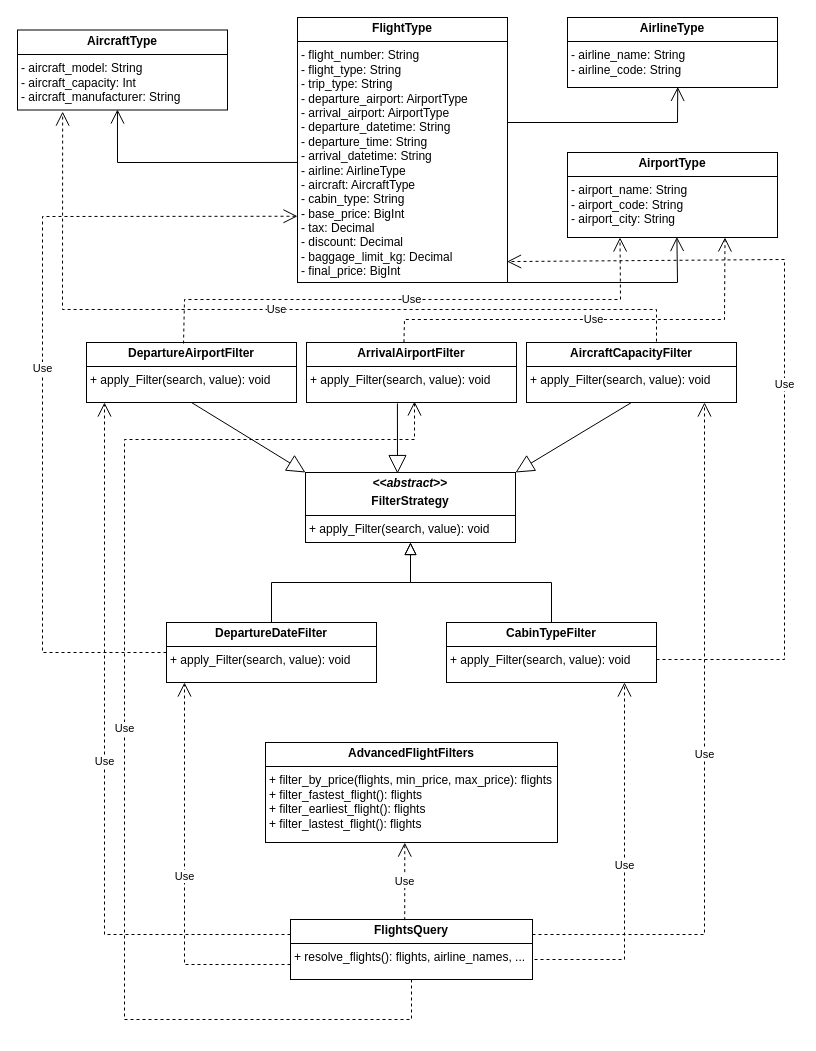
Earlier version of the draw.io diagram Class-Diagram/FlightsFilter-Class-Diagram.drawio (Travel-Booking-Framework/FlightsFilter). Source tidied: cells renumbered, new cells numbered last; positions are measured from the earlier drawing's top-left corner, leaving out a move shared by most shapes. Both pictures are drawn from the tidied source at 100%, with x=0, y=0 at pixel (17, 17).
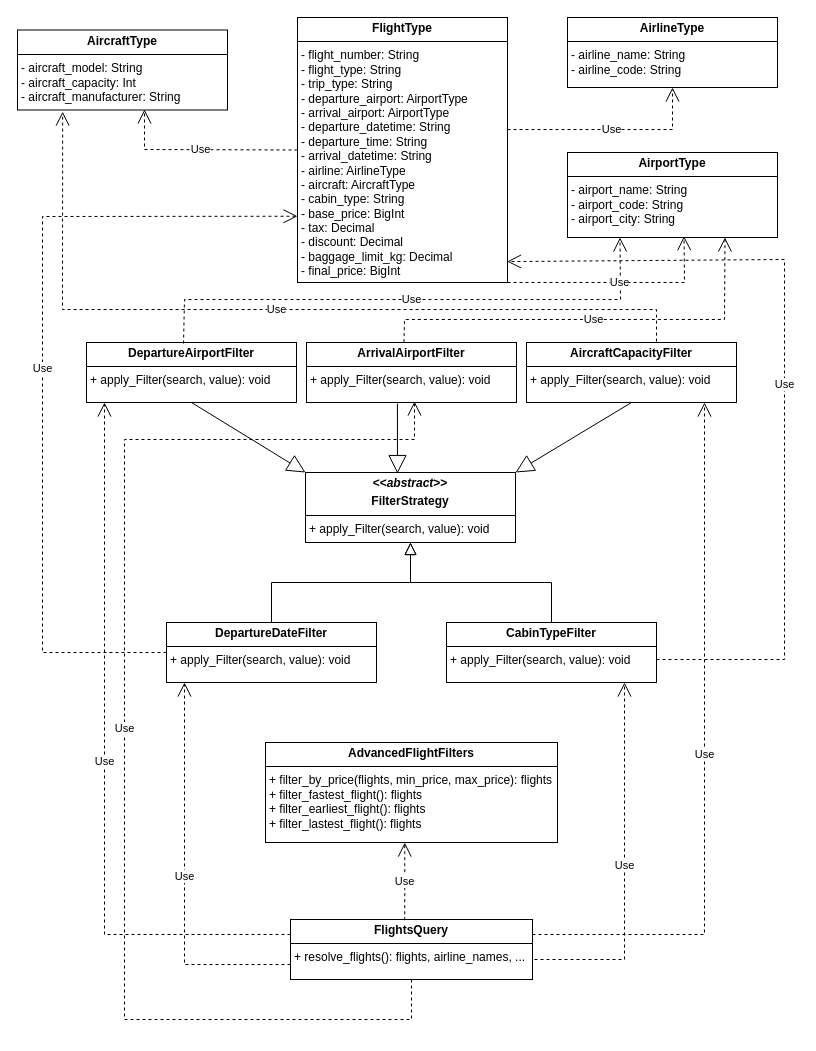
The same diagram, later.

Commit message (it also covers changes not shown here):
Modify Class Diagram

The change refers to these unchanged cells:
```xml
<mxCell id="2" value="&lt;p style=&quot;margin:0px;margin-top:4px;text-align:center;&quot;&gt;&lt;b&gt;AircraftType&lt;/b&gt;&lt;/p&gt;&lt;hr size=&quot;1&quot; style=&quot;border-style:solid;&quot;&gt;&lt;p style=&quot;margin:0px;margin-left:4px;&quot;&gt;- aircraft_&lt;span style=&quot;background-color: initial;&quot;&gt;model: String&lt;/span&gt;&lt;/p&gt;&lt;p style=&quot;margin:0px;margin-left:4px;&quot;&gt;&lt;span style=&quot;background-color: initial;&quot;&gt;-&amp;nbsp;&lt;/span&gt;&lt;span style=&quot;background-color: initial;&quot;&gt;aircraft_capacity: Int&lt;/span&gt;&lt;/p&gt;&lt;p style=&quot;margin:0px;margin-left:4px;&quot;&gt;&lt;span style=&quot;background-color: initial;&quot;&gt;-&amp;nbsp;&lt;/span&gt;&lt;span style=&quot;background-color: initial;&quot;&gt;aircraft_manufacturer: String&lt;/span&gt;&lt;/p&gt;" style="verticalAlign=top;align=left;overflow=fill;html=1;whiteSpace=wrap;" parent="1" vertex="1">
  <mxGeometry y="12.5" width="210" height="80" as="geometry" />
</mxCell>
<mxCell id="3" value="&lt;p style=&quot;margin:0px;margin-top:4px;text-align:center;&quot;&gt;&lt;b&gt;AirlineType&lt;/b&gt;&lt;/p&gt;&lt;hr size=&quot;1&quot; style=&quot;border-style:solid;&quot;&gt;&lt;p style=&quot;margin:0px;margin-left:4px;&quot;&gt;- airline_name: String&lt;/p&gt;&lt;p style=&quot;margin:0px;margin-left:4px;&quot;&gt;- airline_code: String&lt;/p&gt;" style="verticalAlign=top;align=left;overflow=fill;html=1;whiteSpace=wrap;" parent="1" vertex="1">
  <mxGeometry x="550" width="210" height="70" as="geometry" />
</mxCell>
<mxCell id="4" value="&lt;p style=&quot;margin:0px;margin-top:4px;text-align:center;&quot;&gt;&lt;b&gt;AirportType&lt;/b&gt;&lt;/p&gt;&lt;hr size=&quot;1&quot; style=&quot;border-style:solid;&quot;&gt;&lt;p style=&quot;margin:0px;margin-left:4px;&quot;&gt;- airport_name: String&lt;/p&gt;&lt;p style=&quot;margin:0px;margin-left:4px;&quot;&gt;- airport_code: String&lt;br&gt;&lt;/p&gt;&lt;p style=&quot;margin:0px;margin-left:4px;&quot;&gt;- airport_city:&amp;nbsp;&lt;span style=&quot;background-color: initial;&quot;&gt;String&lt;/span&gt;&lt;/p&gt;" style="verticalAlign=top;align=left;overflow=fill;html=1;whiteSpace=wrap;" parent="1" vertex="1">
  <mxGeometry x="550" y="135" width="210" height="85" as="geometry" />
</mxCell>
<mxCell id="5" value="&lt;p style=&quot;margin:0px;margin-top:4px;text-align:center;&quot;&gt;&lt;b&gt;FlightType&lt;/b&gt;&lt;/p&gt;&lt;hr size=&quot;1&quot; style=&quot;border-style:solid;&quot;&gt;&lt;p style=&quot;margin:0px;margin-left:4px;&quot;&gt;- flight_number:&amp;nbsp;&lt;span style=&quot;background-color: initial;&quot;&gt;String&lt;/span&gt;&lt;/p&gt;&lt;p style=&quot;margin:0px;margin-left:4px;&quot;&gt;- flight_type:&amp;nbsp;&lt;span style=&quot;background-color: initial;&quot;&gt;String&lt;/span&gt;&lt;/p&gt;&lt;p style=&quot;margin:0px;margin-left:4px;&quot;&gt;- trip_type:&amp;nbsp;&lt;span style=&quot;background-color: initial;&quot;&gt;String&lt;/span&gt;&lt;/p&gt;&lt;p style=&quot;margin:0px;margin-left:4px;&quot;&gt;- departure_airport: Airport&lt;span style=&quot;background-color: initial;&quot;&gt;Type&lt;/span&gt;&lt;/p&gt;&lt;p style=&quot;margin:0px;margin-left:4px;&quot;&gt;- arrival_airport: Airport&lt;span style=&quot;background-color: initial;&quot;&gt;Type&lt;/span&gt;&lt;/p&gt;&lt;p style=&quot;margin:0px;margin-left:4px;&quot;&gt;- departure_datetime:&amp;nbsp;&lt;span style=&quot;background-color: initial;&quot;&gt;String&lt;/span&gt;&lt;/p&gt;&lt;p style=&quot;margin:0px;margin-left:4px;&quot;&gt;- departure_time: String&lt;/p&gt;&lt;p style=&quot;margin:0px;margin-left:4px;&quot;&gt;- arrival_datetime:&amp;nbsp;&lt;span style=&quot;background-color: initial;&quot;&gt;String&lt;/span&gt;&lt;/p&gt;&lt;p style=&quot;margin:0px;margin-left:4px;&quot;&gt;- airline: AirlineType&lt;/p&gt;&lt;p style=&quot;margin:0px;margin-left:4px;&quot;&gt;- aircraft: Aircraft&lt;span style=&quot;background-color: initial;&quot;&gt;Type&lt;/span&gt;&lt;/p&gt;&lt;p style=&quot;margin:0px;margin-left:4px;&quot;&gt;- cabin_type:&amp;nbsp;&lt;span style=&quot;background-color: initial;&quot;&gt;String&lt;/span&gt;&lt;/p&gt;&lt;p style=&quot;margin:0px;margin-left:4px;&quot;&gt;- base_price: BigInt&lt;/p&gt;&lt;p style=&quot;margin:0px;margin-left:4px;&quot;&gt;- tax: Decimal&lt;/p&gt;&lt;p style=&quot;margin:0px;margin-left:4px;&quot;&gt;- discount: Decimal&lt;/p&gt;&lt;p style=&quot;margin:0px;margin-left:4px;&quot;&gt;- baggage_limit_kg: Decimal&lt;/p&gt;&lt;p style=&quot;margin:0px;margin-left:4px;&quot;&gt;- final_price:&amp;nbsp;&lt;span style=&quot;background-color: initial;&quot;&gt;BigInt&lt;/span&gt;&lt;/p&gt;&lt;p style=&quot;margin:0px;margin-left:4px;&quot;&gt;&lt;br&gt;&lt;/p&gt;" style="verticalAlign=top;align=left;overflow=fill;html=1;whiteSpace=wrap;" parent="1" vertex="1">
  <mxGeometry x="280" width="210" height="265" as="geometry" />
</mxCell>
```

Change to the diagram source:
```diff
@@
-    <mxCell id="8" style="endArrow=open;endFill=1;endSize=12;html=1;rounded=0;exitX=1;exitY=1;exitDx=0;exitDy=0;entryX=0.521;entryY=0.994;entryDx=0;entryDy=0;entryPerimeter=0;" parent="1" edge="1" source="5" target="4">
-      <mxGeometry relative="1" as="geometry">
-        <Array as="points">
-          <mxPoint x="660" y="265" />
-        </Array>
-      </mxGeometry>
-    </mxCell>
-    <mxCell id="9" style="endArrow=open;endFill=1;endSize=12;html=1;rounded=0;entryX=0.525;entryY=0.992;entryDx=0;entryDy=0;entryPerimeter=0;" parent="1" edge="1" target="3">
-      <mxGeometry relative="1" as="geometry">
-        <mxPoint x="490" y="105" as="sourcePoint" />
-        <Array as="points">
-          <mxPoint x="660" y="105" />
-        </Array>
-      </mxGeometry>
-    </mxCell>
-    <mxCell id="10" style="endArrow=open;endFill=1;endSize=12;html=1;rounded=0;exitX=0;exitY=0.547;exitDx=0;exitDy=0;exitPerimeter=0;entryX=0.476;entryY=0.994;entryDx=0;entryDy=0;entryPerimeter=0;" parent="1" edge="1" source="5" target="2">
-      <mxGeometry relative="1" as="geometry">
-        <Array as="points">
-          <mxPoint x="100" y="145" />
-        </Array>
-      </mxGeometry>
-    </mxCell>
@@
+    <mxCell id="33" value="Use" style="endArrow=open;endSize=12;dashed=1;html=1;rounded=0;entryX=0.5;entryY=1;entryDx=0;entryDy=0;" parent="1" edge="1" target="3">
+      <mxGeometry relative="1" as="geometry">
+        <mxPoint x="490" y="112" as="sourcePoint" />
+        <Array as="points">
+          <mxPoint x="655" y="112" />
+        </Array>
+      </mxGeometry>
+    </mxCell>
+    <mxCell id="8" value="Use" style="endArrow=open;endSize=12;dashed=1;html=1;rounded=0;exitX=1;exitY=1;exitDx=0;exitDy=0;entryX=0.555;entryY=0.984;entryDx=0;entryDy=0;entryPerimeter=0;" parent="1" edge="1" source="5" target="4">
+      <mxGeometry relative="1" as="geometry">
+        <Array as="points">
+          <mxPoint x="667" y="265" />
+        </Array>
+      </mxGeometry>
+    </mxCell>
+    <mxCell id="34" value="Use" style="endArrow=open;endSize=12;dashed=1;html=1;rounded=0;exitX=0;exitY=0.5;exitDx=0;exitDy=0;" parent="1" edge="1" source="5">
+      <mxGeometry relative="1" as="geometry">
+        <mxPoint x="127" y="92" as="targetPoint" />
+        <Array as="points">
+          <mxPoint x="127" y="132" />
+        </Array>
+      </mxGeometry>
+    </mxCell>
```
